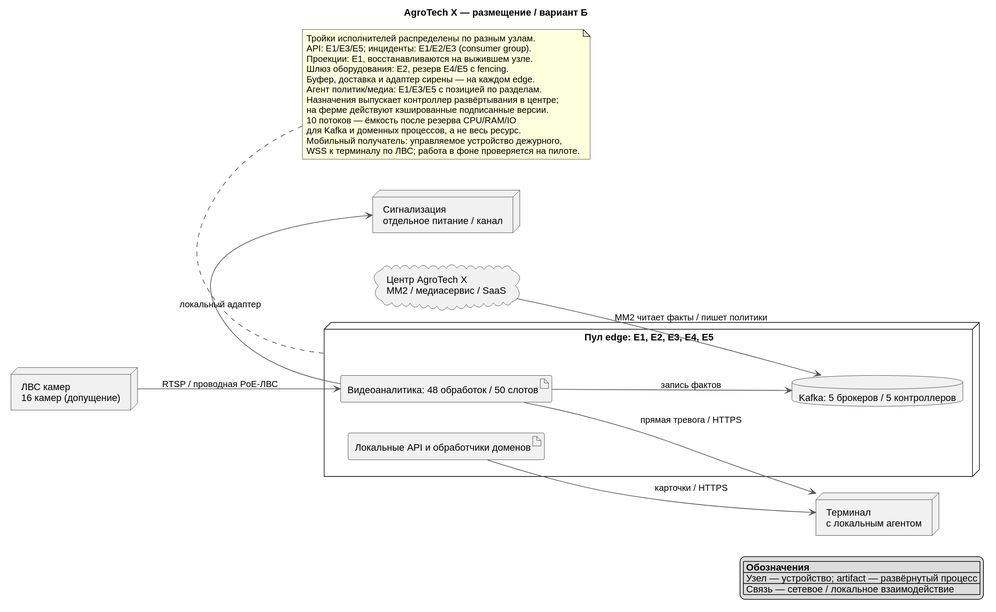
This is Task1/diagrams/deployment-b.svg from rozhkovsvyat/MSA-AgroTech, a PlantUML export, as it was before one commit.
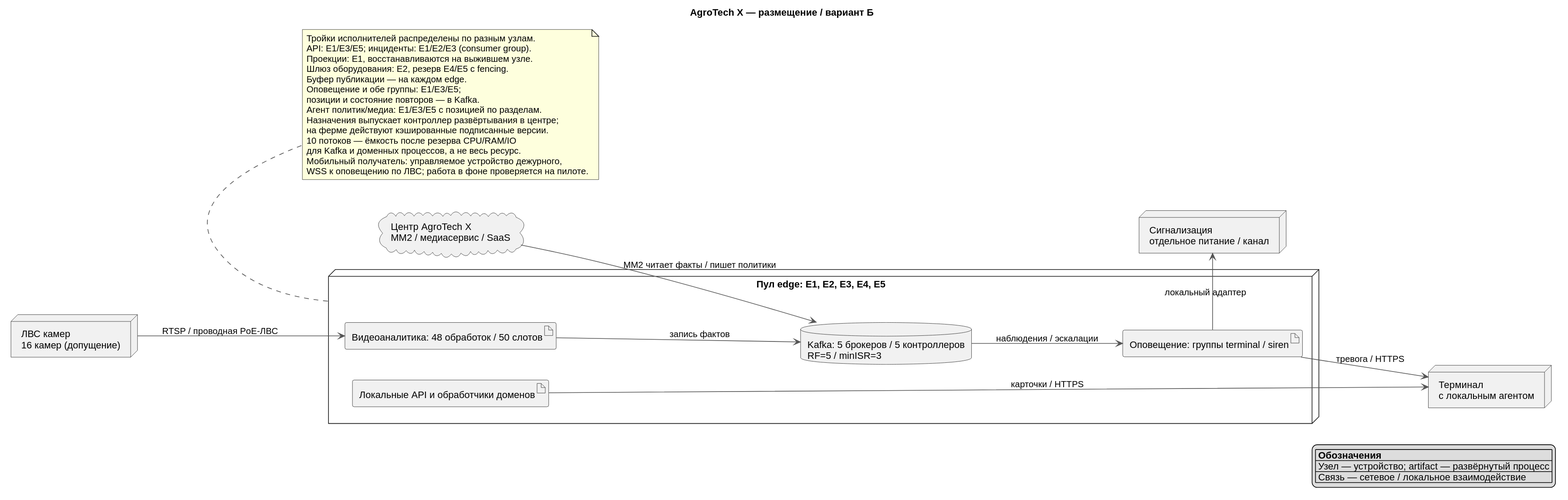
The same diagram one commit later.

The edit, as a diff of the source:
```diff
@@ -14,15 +14,17 @@
 node "ЛВС камер\n16 камер (допущение)" as cams
 node "Пул edge: E1, E2, E3, E4, E5" as pool {
  artifact "Видеоаналитика: 48 обработок / 50 слотов" as video
+ artifact "Оповещение: группы terminal / siren" as notify
  artifact "Локальные API и обработчики доменов" as app
- database "Kafka: 5 брокеров / 5 контроллеров" as log
+ database "Kafka: 5 брокеров / 5 контроллеров\nRF=5 / minISR=3" as log
 }
 node "Терминал\nс локальным агентом" as term
 node "Сигнализация\nотдельное питание / канал" as sound
 cloud "Центр AgroTech X\nMM2 / медиасервис / SaaS" as center
 cams --> video : RTSP / проводная PoE-ЛВС
-video -down-> term : прямая тревога / HTTPS
-video -right-> sound : локальный адаптер
+log --> notify : наблюдения / эскалации
+notify -down-> term : тревога / HTTPS
+notify -right-> sound : локальный адаптер
 video --> log : запись фактов
 app -down-> term : карточки / HTTPS
 center --> log : MM2 читает факты / пишет политики
@@ -31,14 +33,16 @@
 API: E1/E3/E5; инциденты: E1/E2/E3 (consumer group).
 Проекции: E1, восстанавливаются на выжившем узле.
 Шлюз оборудования: E2, резерв E4/E5 с fencing.
-Буфер, доставка и адаптер сирены — на каждом edge.
+Буфер публикации — на каждом edge.
+Оповещение и обе группы: E1/E3/E5;
+позиции и состояние повторов — в Kafka.
 Агент политик/медиа: E1/E3/E5 с позицией по разделам.
 Назначения выпускает контроллер развёртывания в центре;
 на ферме действуют кэшированные подписанные версии.
 10 потоков — ёмкость после резерва CPU/RAM/IO
 для Kafka и доменных процессов, а не весь ресурс.
 Мобильный получатель: управляемое устройство дежурного,
-WSS к терминалу по ЛВС; работа в фоне проверяется на пилоте.
+WSS к оповещению по ЛВС; работа в фоне проверяется на пилоте.
 end note
 
 legend right
```
